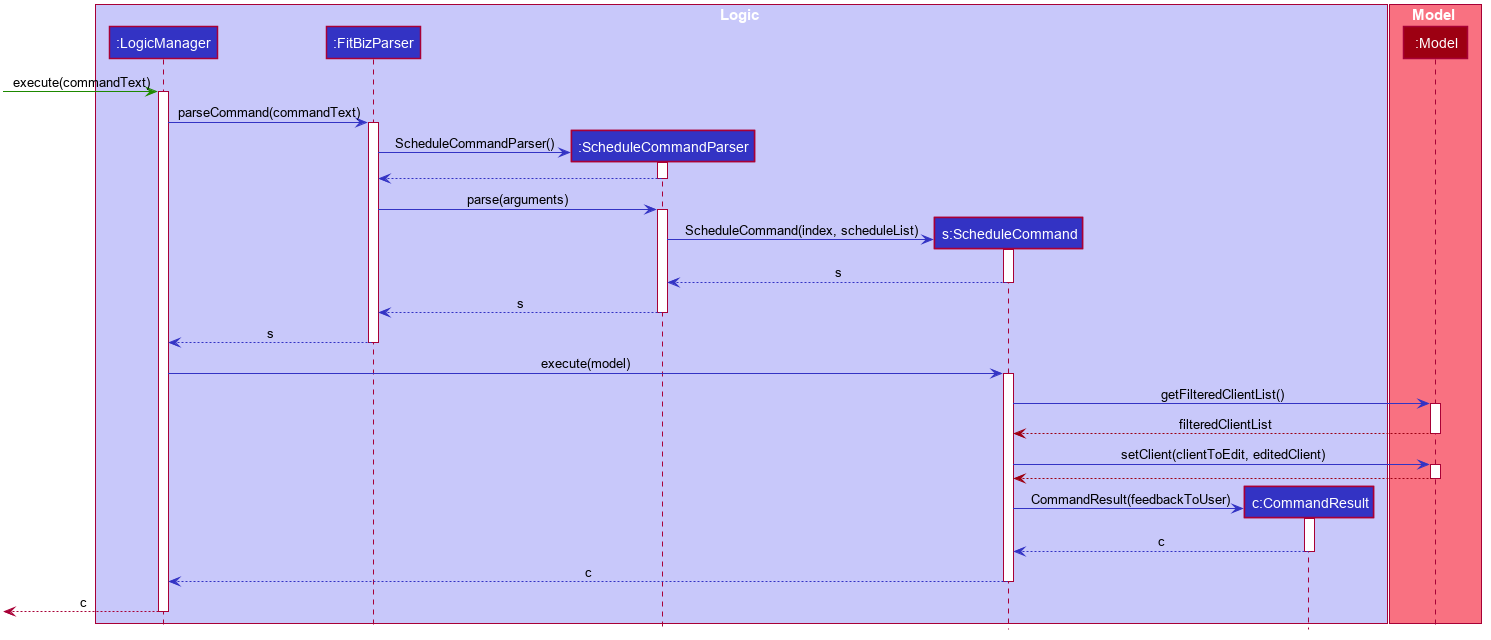
The PlantUML diagram docs/out/diagrams/ScheduleSequenceDiagram/ScheduleSequenceDiagram.png in nus-cs2103-AY1920S2/addressbook-level3, before a commit. The source it was exported from:
```plantuml
@startuml








skinparam BackgroundColor #FFFFFFF

skinparam Shadowing false

skinparam Class {
    FontColor #FFFFFF
    BorderThickness 1
    BorderColor #FFFFFF
    StereotypeFontColor #FFFFFF
    FontName Arial
}

skinparam Actor {
    BorderColor #000000
    Color #000000
    FontName Arial
}

skinparam Sequence {
    MessageAlign center
    BoxFontSize 15
    BoxPadding 0
    BoxFontColor #FFFFFF
    FontName Arial
}

skinparam Participant {
    FontColor #FFFFFFF
    Padding 20
}

skinparam MinClassWidth 50
skinparam ParticipantPadding 10
skinparam Shadowing false
skinparam DefaultTextAlignment center
skinparam packageStyle Rectangle

hide footbox
hide members
hide circle

box Logic #C8C8FA
participant ":LogicManager" as LogicManager #3333C4
participant ":FitBizParser" as FitBizParser #3333C4
participant ":ScheduleCommandParser" as ScheduleCommandParser #3333C4
participant "s:ScheduleCommand" as ScheduleCommand #3333C4
participant "c:CommandResult" as CommandResult #3333C4
end box

box Model #F97181
participant ":Model" as Model #9D0012
end box

[-[#1D8900]> LogicManager : execute(commandText)
activate LogicManager

LogicManager -[#3333C4]> FitBizParser : parseCommand(commandText)
activate FitBizParser

create ScheduleCommandParser
FitBizParser -[#3333C4]> ScheduleCommandParser : ScheduleCommandParser()
activate ScheduleCommandParser

ScheduleCommandParser --[#3333C4]> FitBizParser
deactivate ScheduleCommandParser

FitBizParser -[#3333C4]> ScheduleCommandParser : parse(arguments)
activate ScheduleCommandParser

create ScheduleCommand
ScheduleCommandParser -[#3333C4]> ScheduleCommand : ScheduleCommand(index, scheduleList)
activate ScheduleCommand

ScheduleCommand --[#3333C4]> ScheduleCommandParser : s
deactivate ScheduleCommand

ScheduleCommandParser --[#3333C4]> FitBizParser : s
deactivate ScheduleCommandParser

FitBizParser --[#3333C4]> LogicManager : s
deactivate FitBizParser

LogicManager -[#3333C4]> ScheduleCommand : execute(model)
activate ScheduleCommand

ScheduleCommand -[#3333C4]> Model : getFilteredClientList()
activate Model

Model --[#9D0012]> ScheduleCommand : filteredClientList
deactivate Model

ScheduleCommand -[#3333C4]> Model : setClient(clientToEdit, editedClient)
activate Model

Model --[#9D0012]> ScheduleCommand:
deactivate Model


create CommandResult
ScheduleCommand -[#3333C4]> CommandResult : CommandResult(feedbackToUser)
activate CommandResult

CommandResult --[#3333C4]> ScheduleCommand : c
deactivate CommandResult

ScheduleCommand --[#3333C4]> LogicManager : c
deactivate ScheduleCommand

[<--LogicManager : c
deactivate LogicManager
@enduml
```
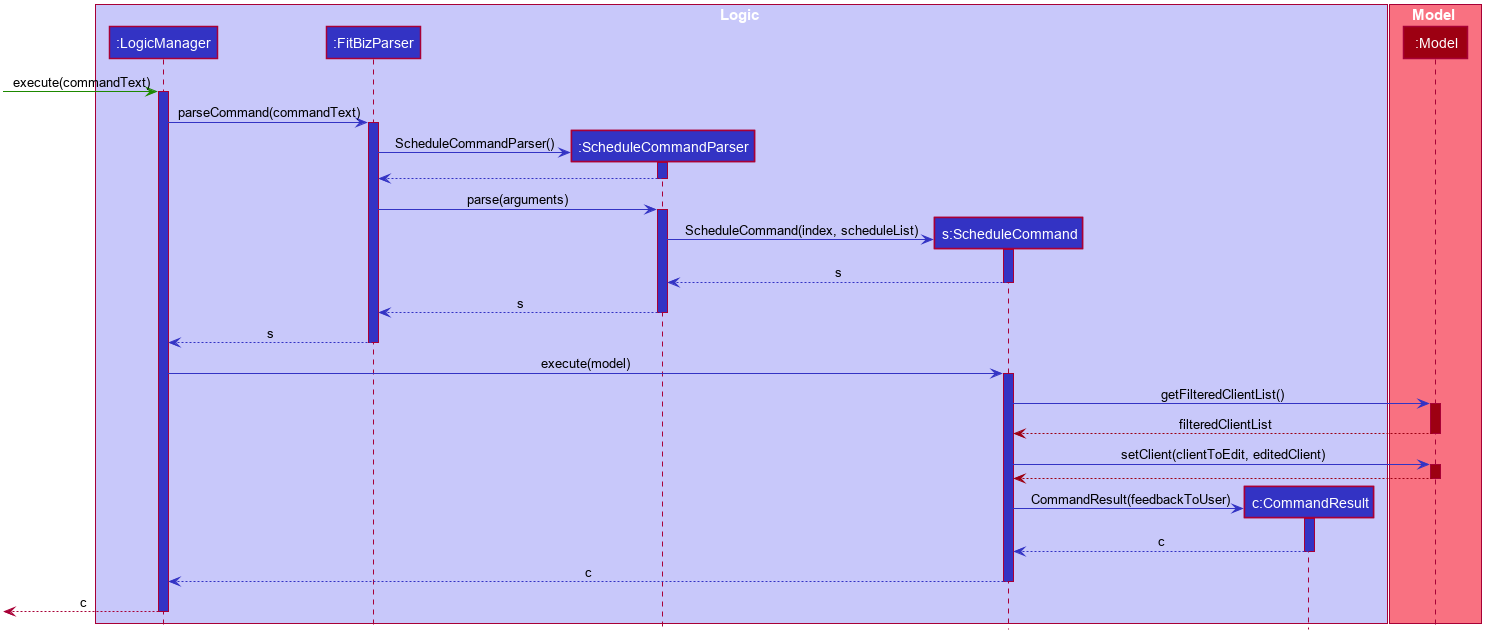
After the commit.

What changed in the source:
```diff
@@ -61,24 +61,24 @@
 end box
 
 [-[#1D8900]> LogicManager : execute(commandText)
-activate LogicManager
+activate LogicManager #3333C4
 
 LogicManager -[#3333C4]> FitBizParser : parseCommand(commandText)
-activate FitBizParser
+activate FitBizParser #3333C4
 
 create ScheduleCommandParser
 FitBizParser -[#3333C4]> ScheduleCommandParser : ScheduleCommandParser()
-activate ScheduleCommandParser
+activate ScheduleCommandParser #3333C4
 
 ScheduleCommandParser --[#3333C4]> FitBizParser
 deactivate ScheduleCommandParser
 
 FitBizParser -[#3333C4]> ScheduleCommandParser : parse(arguments)
-activate ScheduleCommandParser
+activate ScheduleCommandParser #3333C4
 
 create ScheduleCommand
 ScheduleCommandParser -[#3333C4]> ScheduleCommand : ScheduleCommand(index, scheduleList)
-activate ScheduleCommand
+activate ScheduleCommand #3333C4
 
 ScheduleCommand --[#3333C4]> ScheduleCommandParser : s
 deactivate ScheduleCommand
@@ -90,16 +90,16 @@
 deactivate FitBizParser
 
 LogicManager -[#3333C4]> ScheduleCommand : execute(model)
-activate ScheduleCommand
+activate ScheduleCommand #3333C4
 
 ScheduleCommand -[#3333C4]> Model : getFilteredClientList()
-activate Model
+activate Model #9D0012
 
 Model --[#9D0012]> ScheduleCommand : filteredClientList
 deactivate Model
 
 ScheduleCommand -[#3333C4]> Model : setClient(clientToEdit, editedClient)
-activate Model
+activate Model #9D0012
 
 Model --[#9D0012]> ScheduleCommand:
 deactivate Model
@@ -107,7 +107,7 @@
 
 create CommandResult
 ScheduleCommand -[#3333C4]> CommandResult : CommandResult(feedbackToUser)
-activate CommandResult
+activate CommandResult #3333C4
 
 CommandResult --[#3333C4]> ScheduleCommand : c
 deactivate CommandResult
```
